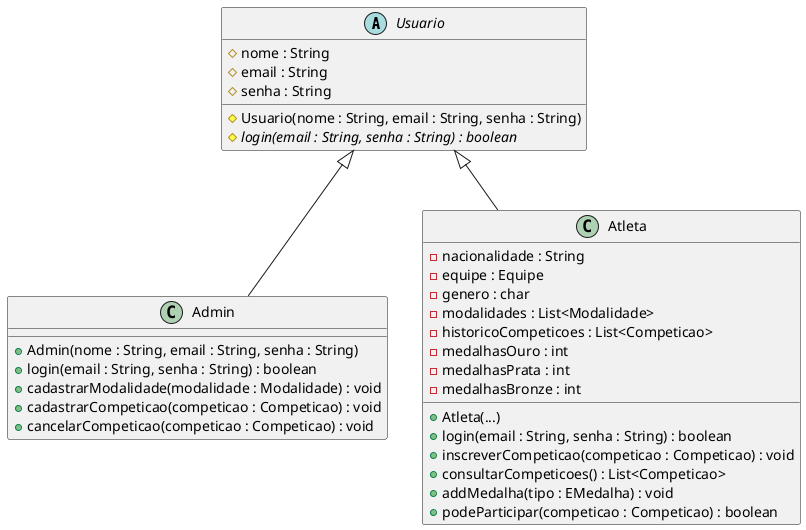
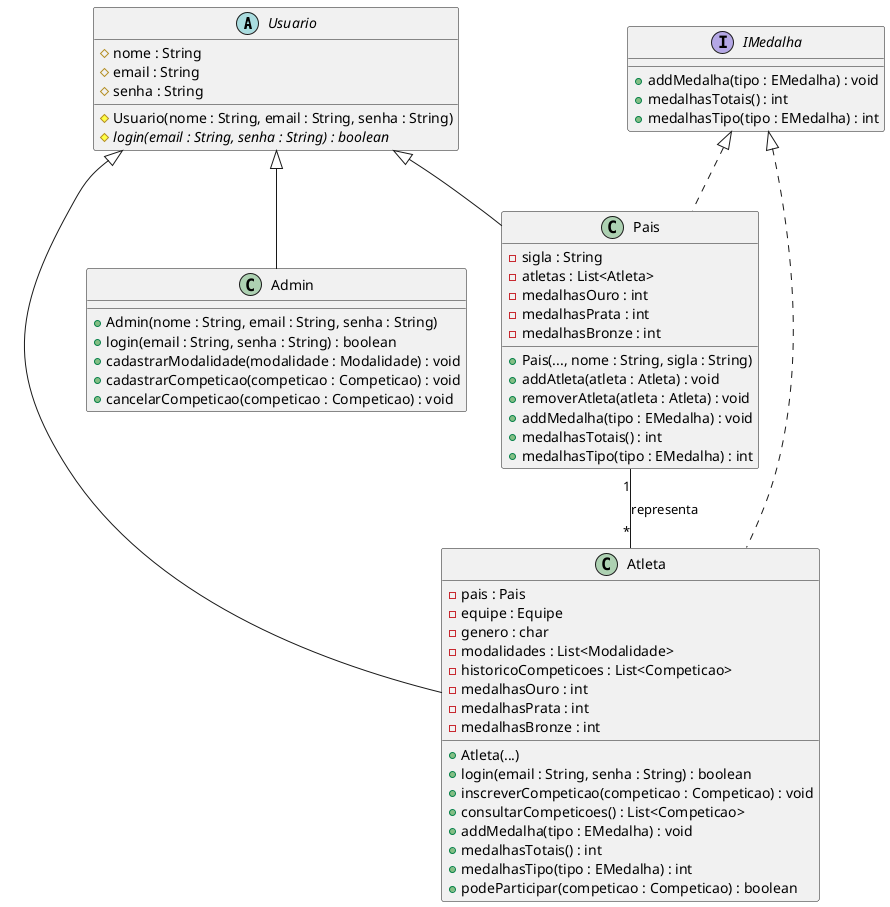
@startuml diagrama-classe
abstract class Usuario {
    # nome : String
    # email : String
    # senha : String
    # Usuario(nome : String, email : String, senha : String)
    # {abstract} login(email : String, senha : String) : boolean
}

class Admin {
    + Admin(nome : String, email : String, senha : String)
    + login(email : String, senha : String) : boolean
    + cadastrarModalidade(modalidade : Modalidade) : void
    + cadastrarCompeticao(competicao : Competicao) : void
    + cancelarCompeticao(competicao : Competicao) : void
}
Usuario <|-- Admin

+ interface IMedalha {
+     + addMedalha(tipo : EMedalha) : void
+     + medalhasTotais() : int
+     + medalhasTipo(tipo : EMedalha) : int
+ }
+ IMedalha <|.. Pais
+ IMedalha <|.. Atleta
+ 
+ class Pais {
+     - sigla : String
+     - atletas : List<Atleta>
+     - medalhasOuro : int
+     - medalhasPrata : int
+     - medalhasBronze : int
+     + Pais(..., nome : String, sigla : String)
+     + addAtleta(atleta : Atleta) : void
+     + removerAtleta(atleta : Atleta) : void
+     + addMedalha(tipo : EMedalha) : void
+     + medalhasTotais() : int
+     + medalhasTipo(tipo : EMedalha) : int
+ }
+ Usuario <|-- Pais
+ 
class Atleta {
-     - nacionalidade : String
+     - pais : Pais
    - equipe : Equipe
    - genero : char
    - modalidades : List<Modalidade>
    - historicoCompeticoes : List<Competicao>
    - medalhasOuro : int
    - medalhasPrata : int
    - medalhasBronze : int
    + Atleta(...)
    + login(email : String, senha : String) : boolean
    + inscreverCompeticao(competicao : Competicao) : void
    + consultarCompeticoes() : List<Competicao>
    + addMedalha(tipo : EMedalha) : void
+     + medalhasTotais() : int
+     + medalhasTipo(tipo : EMedalha) : int
    + podeParticipar(competicao : Competicao) : boolean
}
Usuario <|-- Atleta
+ Pais "1" -- "*" Atleta : representa
@enduml